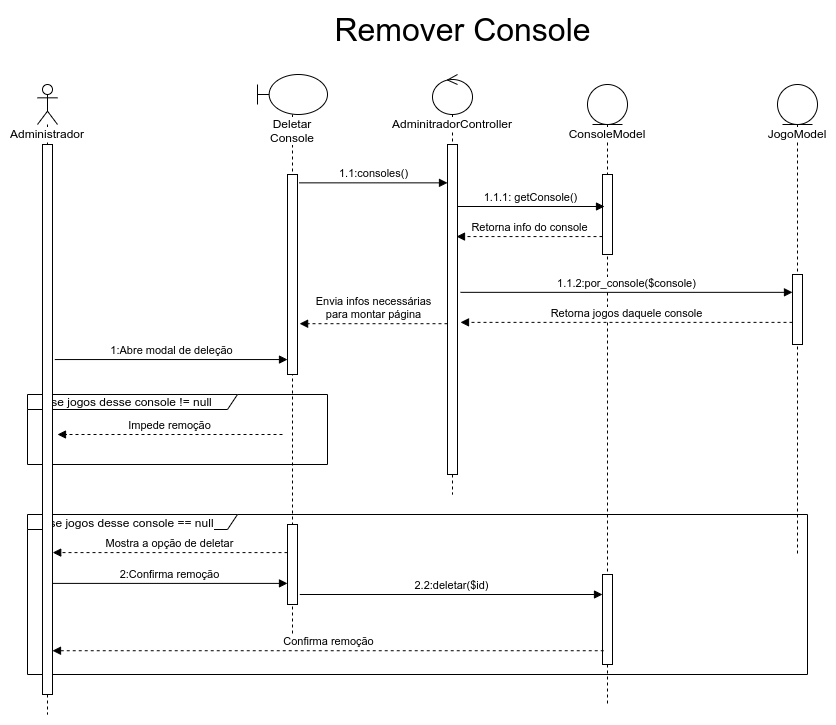
Above: docs/Diagramas/Diagrama-Sequência/Sequencia-Complexo Remover.drawio.png in joaopaulo7/GCC188-Projeto-Final (draw.io), before the change. Source tidied: cells renumbered, new cells last; positions are measured from the earlier drawing's top-left corner, leaving out a move shared by most shapes. Its diagram source:
```xml
<mxGraphModel>
  <root>
    <mxCell id="0" />
    <mxCell id="1" parent="0" />
    <mxCell id="2" value="se jogos desse console == null" style="shape=umlFrame;whiteSpace=wrap;html=1;labelBackgroundColor=#FFFFFF;fontSize=12;fillColor=default;width=210;height=15;" parent="1" vertex="1">
      <mxGeometry y="500" width="780" height="160" as="geometry" />
    </mxCell>
    <mxCell id="3" value="se jogos desse console != null" style="shape=umlFrame;whiteSpace=wrap;html=1;labelBackgroundColor=#FFFFFF;fontSize=12;fillColor=default;width=210;height=15;" parent="1" vertex="1">
      <mxGeometry y="380" width="300" height="70" as="geometry" />
    </mxCell>
    <mxCell id="4" value="&lt;span style=&quot;background-color: rgb(255 , 255 , 255)&quot;&gt;Administrador&lt;/span&gt;" style="shape=umlLifeline;participant=umlActor;perimeter=lifelinePerimeter;whiteSpace=wrap;html=1;verticalAlign=top;spacingTop=36;" parent="1" vertex="1">
      <mxGeometry x="10" y="70" width="20" height="630" as="geometry" />
    </mxCell>
    <mxCell id="5" style="html=1;points=[];perimeter=orthogonalPerimeter;fillColor=default;" parent="4" vertex="1">
      <mxGeometry x="5" y="60" width="10" height="550" as="geometry" />
    </mxCell>
    <mxCell id="6" value="&lt;span style=&quot;background-color: rgb(255 , 255 , 255)&quot;&gt;Deletar Console&lt;/span&gt;" style="shape=umlLifeline;participant=umlBoundary;perimeter=lifelinePerimeter;whiteSpace=wrap;html=1;verticalAlign=top;spacingTop=36;" parent="1" vertex="1">
      <mxGeometry x="230" y="60" width="70" height="560" as="geometry" />
    </mxCell>
    <mxCell id="7" style="html=1;perimeter=orthogonalPerimeter;labelBackgroundColor=none;fontSize=12;fillColor=default;" parent="6" vertex="1">
      <mxGeometry x="30" y="450" width="10" height="80" as="geometry" />
    </mxCell>
    <mxCell id="8" style="html=1;points=[];perimeter=orthogonalPerimeter;labelBackgroundColor=none;fontSize=12;fillColor=default;" parent="6" vertex="1">
      <mxGeometry x="30" y="100" width="10" height="200" as="geometry" />
    </mxCell>
    <mxCell id="9" value="&lt;span style=&quot;background-color: rgb(255 , 255 , 255)&quot;&gt;AdminitradorController&lt;/span&gt;" style="shape=umlLifeline;participant=umlControl;perimeter=lifelinePerimeter;whiteSpace=wrap;html=1;verticalAlign=top;spacingTop=36;fillColor=default;" parent="1" vertex="1">
      <mxGeometry x="405" y="60" width="40" height="420" as="geometry" />
    </mxCell>
    <mxCell id="10" style="html=1;points=[];perimeter=orthogonalPerimeter;labelBackgroundColor=#FFFFFF;fillColor=default;" parent="9" vertex="1">
      <mxGeometry x="15" y="70" width="10" height="330" as="geometry" />
    </mxCell>
    <mxCell id="11" value="ConsoleModel" style="shape=umlLifeline;participant=umlEntity;perimeter=lifelinePerimeter;whiteSpace=wrap;html=1;verticalAlign=top;spacingTop=36;labelBackgroundColor=#FFFFFF;fillColor=default;" parent="1" vertex="1">
      <mxGeometry x="560" y="70" width="40" height="620" as="geometry" />
    </mxCell>
    <mxCell id="12" style="html=1;points=[];perimeter=orthogonalPerimeter;labelBackgroundColor=#FFFFFF;fillColor=default;" parent="11" vertex="1">
      <mxGeometry x="15" y="90" width="10" height="80" as="geometry" />
    </mxCell>
    <mxCell id="13" style="html=1;points=[];perimeter=orthogonalPerimeter;labelBackgroundColor=none;fontSize=12;fillColor=default;" parent="11" vertex="1">
      <mxGeometry x="15" y="490" width="10" height="90" as="geometry" />
    </mxCell>
    <mxCell id="14" value="1.1.1: getConsole()" style="html=1;verticalAlign=bottom;endArrow=block;rounded=0;entryX=0.2;entryY=0.4;entryDx=0;entryDy=0;entryPerimeter=0;" parent="1" edge="1" source="10" target="12">
      <mxGeometry relative="1" as="geometry" />
    </mxCell>
    <mxCell id="15" value="Retorna info do console" style="html=1;verticalAlign=bottom;endArrow=block;rounded=0;dashed=1;entryX=0.9;entryY=0.279;entryDx=0;entryDy=0;entryPerimeter=0;" parent="1" edge="1" source="12" target="10">
      <mxGeometry relative="1" as="geometry" />
    </mxCell>
    <mxCell id="16" value="&lt;span style=&quot;font-size: 32px&quot;&gt;Remover Console&lt;/span&gt;" style="text;html=1;align=center;verticalAlign=middle;strokeColor=none;fillColor=none;" parent="1" vertex="1">
      <mxGeometry x="300" width="270" height="30" as="geometry" />
    </mxCell>
    <mxCell id="17" value="1:Abre modal de deleção" style="html=1;verticalAlign=bottom;endArrow=block;rounded=0;exitX=1.228;exitY=0.391;exitDx=0;exitDy=0;exitPerimeter=0;" parent="1" edge="1" source="5">
      <mxGeometry relative="1" as="geometry">
        <mxPoint x="260" y="345" as="targetPoint" />
      </mxGeometry>
    </mxCell>
    <mxCell id="18" value="Envia infos necessárias&lt;br&gt;para montar página" style="html=1;verticalAlign=bottom;endArrow=block;rounded=0;dashed=1;entryX=1.21;entryY=0.376;entryDx=0;entryDy=0;entryPerimeter=0;" parent="1" edge="1" source="10">
      <mxGeometry relative="1" as="geometry">
        <mxPoint x="272.1" y="309.2" as="targetPoint" />
      </mxGeometry>
    </mxCell>
    <mxCell id="19" value="JogoModel" style="shape=umlLifeline;participant=umlEntity;perimeter=lifelinePerimeter;whiteSpace=wrap;html=1;verticalAlign=top;spacingTop=36;labelBackgroundColor=#FFFFFF;fillColor=default;" parent="1" vertex="1">
      <mxGeometry x="750" y="70" width="40" height="470" as="geometry" />
    </mxCell>
    <mxCell id="20" style="html=1;points=[];perimeter=orthogonalPerimeter;labelBackgroundColor=#FFFFFF;fillColor=default;" parent="19" vertex="1">
      <mxGeometry x="15" y="190" width="10" height="70" as="geometry" />
    </mxCell>
    <mxCell id="21" value="1.1:consoles()" style="html=1;verticalAlign=bottom;endArrow=block;rounded=0;exitX=1.171;exitY=0.063;exitDx=0;exitDy=0;exitPerimeter=0;" parent="1" edge="1" target="10">
      <mxGeometry relative="1" as="geometry">
        <mxPoint x="271.7" y="168.3" as="sourcePoint" />
      </mxGeometry>
    </mxCell>
    <mxCell id="22" value="1.1.2:por_console($console)" style="html=1;verticalAlign=bottom;endArrow=block;rounded=0;exitX=1.3;exitY=0.448;exitDx=0;exitDy=0;exitPerimeter=0;" parent="1" edge="1" source="10" target="20">
      <mxGeometry relative="1" as="geometry" />
    </mxCell>
    <mxCell id="23" value="Retorna jogos daquele console" style="html=1;verticalAlign=bottom;endArrow=block;rounded=0;dashed=1;entryX=1.3;entryY=0.539;entryDx=0;entryDy=0;entryPerimeter=0;" parent="1" edge="1" source="20" target="10">
      <mxGeometry relative="1" as="geometry" />
    </mxCell>
    <mxCell id="24" value="Mostra a opção de deletar" style="html=1;verticalAlign=bottom;endArrow=block;rounded=0;dashed=1;startArrow=none;entryX=1.021;entryY=0.742;entryDx=0;entryDy=0;entryPerimeter=0;" parent="1" edge="1" target="5">
      <mxGeometry relative="1" as="geometry">
        <mxPoint x="260" y="538.1" as="sourcePoint" />
      </mxGeometry>
    </mxCell>
    <mxCell id="25" value="Impede remoção" style="html=1;verticalAlign=bottom;endArrow=block;rounded=0;dashed=1;" parent="1" edge="1">
      <mxGeometry relative="1" as="geometry">
        <mxPoint x="255" y="420" as="sourcePoint" />
        <mxPoint x="30" y="420" as="targetPoint" />
      </mxGeometry>
    </mxCell>
    <mxCell id="26" value="2:Confirma remoção" style="html=1;verticalAlign=bottom;endArrow=block;rounded=0;exitX=0.952;exitY=0.798;exitDx=0;exitDy=0;exitPerimeter=0;" parent="1" edge="1" source="5">
      <mxGeometry relative="1" as="geometry">
        <mxPoint x="260" y="568.9" as="targetPoint" />
      </mxGeometry>
    </mxCell>
    <mxCell id="27" value="2.2:deletar($id)" style="html=1;verticalAlign=bottom;endArrow=block;rounded=0;exitX=0.952;exitY=0.798;exitDx=0;exitDy=0;exitPerimeter=0;" parent="1" edge="1" target="13">
      <mxGeometry relative="1" as="geometry">
        <mxPoint x="272.3" y="580" as="sourcePoint" />
      </mxGeometry>
    </mxCell>
    <mxCell id="28" value="Confirma remoção" style="html=1;verticalAlign=bottom;endArrow=block;rounded=0;dashed=1;startArrow=none;exitX=0.124;exitY=0.847;exitDx=0;exitDy=0;exitPerimeter=0;" parent="1" edge="1" source="13" target="5">
      <mxGeometry relative="1" as="geometry" />
    </mxCell>
  </root>
</mxGraphModel>
```
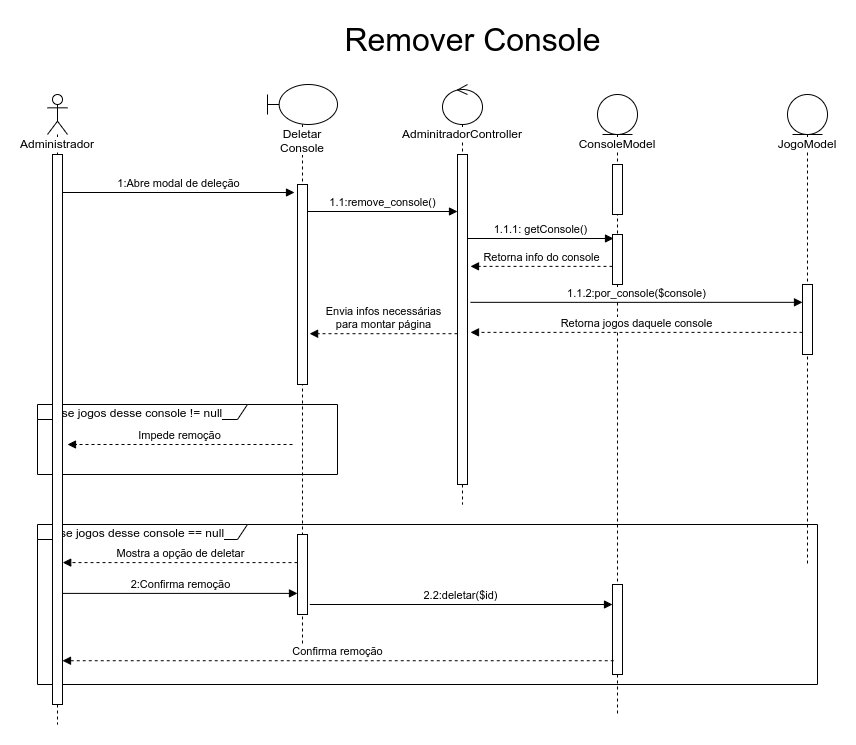
After the commit.

What changed in the source:
```diff
@@ -33,24 +33,25 @@
       <mxGeometry x="560" y="70" width="40" height="620" as="geometry" />
     </mxCell>
     <mxCell id="12" style="html=1;points=[];perimeter=orthogonalPerimeter;labelBackgroundColor=#FFFFFF;fillColor=default;" parent="11" vertex="1">
-      <mxGeometry x="15" y="90" width="10" height="80" as="geometry" />
+      <mxGeometry x="15" y="140" width="10" height="50" as="geometry" />
     </mxCell>
     <mxCell id="13" style="html=1;points=[];perimeter=orthogonalPerimeter;labelBackgroundColor=none;fontSize=12;fillColor=default;" parent="11" vertex="1">
       <mxGeometry x="15" y="490" width="10" height="90" as="geometry" />
     </mxCell>
+    <mxCell id="29" style="html=1;perimeter=orthogonalPerimeter;labelBackgroundColor=#FFFFFF;fillColor=default;" parent="11" vertex="1">
+      <mxGeometry x="15" y="70" width="10" height="50" as="geometry" />
+    </mxCell>
-    <mxCell id="14" value="1.1.1: getConsole()" style="html=1;verticalAlign=bottom;endArrow=block;rounded=0;entryX=0.2;entryY=0.4;entryDx=0;entryDy=0;entryPerimeter=0;" parent="1" edge="1" source="10" target="12">
+    <mxCell id="14" value="1.1.1: getConsole()" style="html=1;verticalAlign=bottom;endArrow=block;rounded=0;entryX=0.1;entryY=0.08;entryDx=0;entryDy=0;entryPerimeter=0;" parent="1" edge="1" source="10" target="12">
       <mxGeometry relative="1" as="geometry" />
     </mxCell>
-    <mxCell id="15" value="Retorna info do console" style="html=1;verticalAlign=bottom;endArrow=block;rounded=0;dashed=1;entryX=0.9;entryY=0.279;entryDx=0;entryDy=0;entryPerimeter=0;" parent="1" edge="1" source="12" target="10">
+    <mxCell id="15" value="Retorna info do console" style="html=1;verticalAlign=bottom;endArrow=block;rounded=0;dashed=1;entryX=1.3;entryY=0.339;entryDx=0;entryDy=0;entryPerimeter=0;" parent="1" edge="1" source="12" target="10">
       <mxGeometry relative="1" as="geometry" />
     </mxCell>
     <mxCell id="16" value="&lt;span style=&quot;font-size: 32px&quot;&gt;Remover Console&lt;/span&gt;" style="text;html=1;align=center;verticalAlign=middle;strokeColor=none;fillColor=none;" parent="1" vertex="1">
       <mxGeometry x="300" width="270" height="30" as="geometry" />
     </mxCell>
-    <mxCell id="17" value="1:Abre modal de deleção" style="html=1;verticalAlign=bottom;endArrow=block;rounded=0;exitX=1.228;exitY=0.391;exitDx=0;exitDy=0;exitPerimeter=0;" parent="1" edge="1" source="5">
-      <mxGeometry relative="1" as="geometry">
-        <mxPoint x="260" y="345" as="targetPoint" />
-      </mxGeometry>
+    <mxCell id="17" value="1:Abre modal de deleção" style="html=1;verticalAlign=bottom;endArrow=block;rounded=0;entryX=-0.3;entryY=0.04;entryDx=0;entryDy=0;entryPerimeter=0;" parent="1" edge="1" source="5" target="8">
+      <mxGeometry relative="1" as="geometry" />
     </mxCell>
     <mxCell id="18" value="Envia infos necessárias&lt;br&gt;para montar página" style="html=1;verticalAlign=bottom;endArrow=block;rounded=0;dashed=1;entryX=1.21;entryY=0.376;entryDx=0;entryDy=0;entryPerimeter=0;" parent="1" edge="1" source="10">
       <mxGeometry relative="1" as="geometry">
@@ -63,10 +64,8 @@
     <mxCell id="20" style="html=1;points=[];perimeter=orthogonalPerimeter;labelBackgroundColor=#FFFFFF;fillColor=default;" parent="19" vertex="1">
       <mxGeometry x="15" y="190" width="10" height="70" as="geometry" />
     </mxCell>
-    <mxCell id="21" value="1.1:consoles()" style="html=1;verticalAlign=bottom;endArrow=block;rounded=0;exitX=1.171;exitY=0.063;exitDx=0;exitDy=0;exitPerimeter=0;" parent="1" edge="1" target="10">
-      <mxGeometry relative="1" as="geometry">
-        <mxPoint x="271.7" y="168.3" as="sourcePoint" />
-      </mxGeometry>
+    <mxCell id="21" value="1.1:remove_console()" style="html=1;verticalAlign=bottom;endArrow=block;rounded=0;exitX=1;exitY=0.135;exitDx=0;exitDy=0;exitPerimeter=0;" parent="1" edge="1" source="8" target="10">
+      <mxGeometry relative="1" as="geometry" />
     </mxCell>
     <mxCell id="22" value="1.1.2:por_console($console)" style="html=1;verticalAlign=bottom;endArrow=block;rounded=0;exitX=1.3;exitY=0.448;exitDx=0;exitDy=0;exitPerimeter=0;" parent="1" edge="1" source="10" target="20">
       <mxGeometry relative="1" as="geometry" />
```
